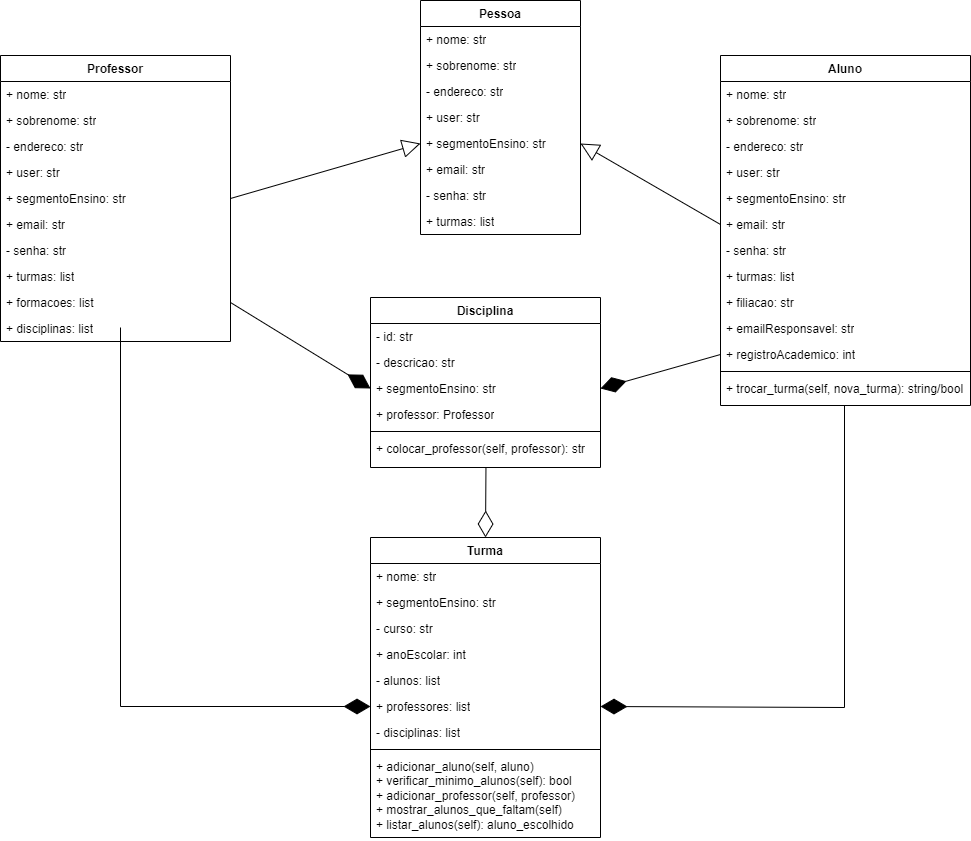
Above: Diagrama programacao.png in ThiagoBorges1/ProjetoEscola (draw.io), before the change. Source tidied: cells renumbered, new cells last; positions are measured from the earlier drawing's top-left corner, leaving out a move shared by most shapes. The source it was exported from:
```xml
<mxGraphModel>
  <root>
    <mxCell id="0" />
    <mxCell id="1" parent="0" />
    <mxCell id="2" value="Pessoa" style="swimlane;fontStyle=1;align=center;verticalAlign=top;horizontal=1;startSize=26;whiteSpace=wrap;html=1;" parent="1" vertex="1">
      <mxGeometry x="420" width="160" height="234" as="geometry" />
    </mxCell>
    <mxCell id="3" value="+ nome: str" style="text;strokeColor=none;fillColor=none;align=left;verticalAlign=top;spacingLeft=4;spacingRight=4;overflow=hidden;whiteSpace=wrap;html=1;" parent="2" vertex="1">
      <mxGeometry y="26" width="160" height="26" as="geometry" />
    </mxCell>
    <mxCell id="4" value="+ sobrenome: str&lt;div&gt;&lt;br&gt;&lt;/div&gt;" style="text;strokeColor=none;fillColor=none;align=left;verticalAlign=top;spacingLeft=4;spacingRight=4;overflow=hidden;whiteSpace=wrap;html=1;" parent="2" vertex="1">
      <mxGeometry y="52" width="160" height="26" as="geometry" />
    </mxCell>
    <mxCell id="5" value="&lt;div&gt;- endereco: str&lt;/div&gt;" style="text;strokeColor=none;fillColor=none;align=left;verticalAlign=top;spacingLeft=4;spacingRight=4;overflow=hidden;whiteSpace=wrap;html=1;" parent="2" vertex="1">
      <mxGeometry y="78" width="160" height="26" as="geometry" />
    </mxCell>
    <mxCell id="6" value="&lt;div&gt;+ user: str&lt;/div&gt;" style="text;strokeColor=none;fillColor=none;align=left;verticalAlign=top;spacingLeft=4;spacingRight=4;overflow=hidden;whiteSpace=wrap;html=1;" parent="2" vertex="1">
      <mxGeometry y="104" width="160" height="26" as="geometry" />
    </mxCell>
    <mxCell id="7" value="&lt;div&gt;+ segmentoEnsino: str&lt;/div&gt;" style="text;strokeColor=none;fillColor=none;align=left;verticalAlign=top;spacingLeft=4;spacingRight=4;overflow=hidden;points=[[0,0.5],[1,0.5]];portConstraint=eastwest;whiteSpace=wrap;html=1;" parent="2" vertex="1">
      <mxGeometry y="130" width="160" height="26" as="geometry" />
    </mxCell>
    <mxCell id="8" value="&lt;div&gt;+ email: str&lt;/div&gt;" style="text;strokeColor=none;fillColor=none;align=left;verticalAlign=top;spacingLeft=4;spacingRight=4;overflow=hidden;whiteSpace=wrap;html=1;" parent="2" vertex="1">
      <mxGeometry y="156" width="160" height="26" as="geometry" />
    </mxCell>
    <mxCell id="9" value="&lt;div&gt;- senha: str&lt;/div&gt;" style="text;strokeColor=none;fillColor=none;align=left;verticalAlign=top;spacingLeft=4;spacingRight=4;overflow=hidden;whiteSpace=wrap;html=1;" parent="2" vertex="1">
      <mxGeometry y="182" width="160" height="26" as="geometry" />
    </mxCell>
    <mxCell id="10" value="&lt;div&gt;+ turmas: list&lt;/div&gt;" style="text;strokeColor=none;fillColor=none;align=left;verticalAlign=top;spacingLeft=4;spacingRight=4;overflow=hidden;whiteSpace=wrap;html=1;" parent="2" vertex="1">
      <mxGeometry y="208" width="160" height="26" as="geometry" />
    </mxCell>
    <mxCell id="11" value="Aluno" style="swimlane;fontStyle=1;align=center;verticalAlign=top;horizontal=1;startSize=26;whiteSpace=wrap;html=1;" parent="1" vertex="1">
      <mxGeometry x="720" y="55" width="250" height="350" as="geometry" />
    </mxCell>
    <mxCell id="12" value="+ nome: str&lt;div&gt;&lt;br&gt;&lt;/div&gt;" style="text;strokeColor=none;fillColor=none;align=left;verticalAlign=top;spacingLeft=4;spacingRight=4;overflow=hidden;whiteSpace=wrap;html=1;" parent="11" vertex="1">
      <mxGeometry y="26" width="250" height="26" as="geometry" />
    </mxCell>
    <mxCell id="13" value="+ sobrenome: str&lt;div&gt;&lt;br&gt;&lt;/div&gt;" style="text;strokeColor=none;fillColor=none;align=left;verticalAlign=top;spacingLeft=4;spacingRight=4;overflow=hidden;whiteSpace=wrap;html=1;" parent="11" vertex="1">
      <mxGeometry y="52" width="250" height="26" as="geometry" />
    </mxCell>
    <mxCell id="14" value="&lt;div&gt;- endereco: str&lt;/div&gt;" style="text;strokeColor=none;fillColor=none;align=left;verticalAlign=top;spacingLeft=4;spacingRight=4;overflow=hidden;whiteSpace=wrap;html=1;" parent="11" vertex="1">
      <mxGeometry y="78" width="250" height="26" as="geometry" />
    </mxCell>
    <mxCell id="15" value="&lt;div&gt;+ user: str&lt;/div&gt;" style="text;strokeColor=none;fillColor=none;align=left;verticalAlign=top;spacingLeft=4;spacingRight=4;overflow=hidden;whiteSpace=wrap;html=1;" parent="11" vertex="1">
      <mxGeometry y="104" width="250" height="26" as="geometry" />
    </mxCell>
    <mxCell id="16" value="&lt;div&gt;+ segmentoEnsino: str&lt;/div&gt;" style="text;strokeColor=none;fillColor=none;align=left;verticalAlign=top;spacingLeft=4;spacingRight=4;overflow=hidden;whiteSpace=wrap;html=1;" parent="11" vertex="1">
      <mxGeometry y="130" width="250" height="26" as="geometry" />
    </mxCell>
    <mxCell id="17" value="&lt;div&gt;+ email: str&lt;/div&gt;" style="text;strokeColor=none;fillColor=none;align=left;verticalAlign=top;spacingLeft=4;spacingRight=4;overflow=hidden;points=[[0,0.5],[1,0.5]];portConstraint=eastwest;whiteSpace=wrap;html=1;" parent="11" vertex="1">
      <mxGeometry y="156" width="250" height="26" as="geometry" />
    </mxCell>
    <mxCell id="18" value="&lt;div&gt;- senha: str&lt;/div&gt;" style="text;strokeColor=none;fillColor=none;align=left;verticalAlign=top;spacingLeft=4;spacingRight=4;overflow=hidden;whiteSpace=wrap;html=1;" parent="11" vertex="1">
      <mxGeometry y="182" width="250" height="26" as="geometry" />
    </mxCell>
    <mxCell id="19" value="&lt;div&gt;+ turmas: list&lt;/div&gt;" style="text;strokeColor=none;fillColor=none;align=left;verticalAlign=top;spacingLeft=4;spacingRight=4;overflow=hidden;whiteSpace=wrap;html=1;" parent="11" vertex="1">
      <mxGeometry y="208" width="250" height="26" as="geometry" />
    </mxCell>
    <mxCell id="20" value="&lt;div&gt;+ filiacao: str&lt;span style=&quot;white-space: pre;&quot;&gt;&#9;&lt;/span&gt;&lt;/div&gt;" style="text;strokeColor=none;fillColor=none;align=left;verticalAlign=top;spacingLeft=4;spacingRight=4;overflow=hidden;whiteSpace=wrap;html=1;" parent="11" vertex="1">
      <mxGeometry y="234" width="250" height="26" as="geometry" />
    </mxCell>
    <mxCell id="21" value="&lt;div&gt;+ emailResponsavel: str&lt;/div&gt;" style="text;strokeColor=none;fillColor=none;align=left;verticalAlign=top;spacingLeft=4;spacingRight=4;overflow=hidden;whiteSpace=wrap;html=1;" parent="11" vertex="1">
      <mxGeometry y="260" width="250" height="26" as="geometry" />
    </mxCell>
    <mxCell id="22" value="&lt;div&gt;+ registroAcademico: int&lt;/div&gt;" style="text;strokeColor=none;fillColor=none;align=left;verticalAlign=top;spacingLeft=4;spacingRight=4;overflow=hidden;points=[[0,0.5],[1,0.5]];portConstraint=eastwest;whiteSpace=wrap;html=1;" parent="11" vertex="1">
      <mxGeometry y="286" width="250" height="26" as="geometry" />
    </mxCell>
    <mxCell id="23" style="line;strokeWidth=1;fillColor=none;align=left;verticalAlign=middle;spacingTop=-1;spacingLeft=3;spacingRight=3;labelPosition=right;strokeColor=inherit;" parent="11" vertex="1">
      <mxGeometry y="312" width="250" height="8" as="geometry" />
    </mxCell>
    <mxCell id="24" value="+ trocar_turma(self, nova_turma): string/bool" style="text;strokeColor=none;fillColor=none;align=left;verticalAlign=top;spacingLeft=4;spacingRight=4;overflow=hidden;points=[[0,0.5],[1,0.5]];portConstraint=eastwest;whiteSpace=wrap;html=1;" parent="11" vertex="1">
      <mxGeometry y="320" width="250" height="30" as="geometry" />
    </mxCell>
    <mxCell id="25" value="Professor" style="swimlane;fontStyle=1;align=center;verticalAlign=top;horizontal=1;startSize=26;whiteSpace=wrap;html=1;" parent="1" vertex="1">
      <mxGeometry y="55" width="230" height="286" as="geometry" />
    </mxCell>
    <mxCell id="26" value="+ nome: str&lt;div&gt;&lt;br&gt;&lt;/div&gt;" style="text;strokeColor=none;fillColor=none;align=left;verticalAlign=top;spacingLeft=4;spacingRight=4;overflow=hidden;whiteSpace=wrap;html=1;" parent="25" vertex="1">
      <mxGeometry y="26" width="230" height="26" as="geometry" />
    </mxCell>
    <mxCell id="27" value="+ sobrenome: str&lt;div&gt;&lt;br&gt;&lt;/div&gt;" style="text;strokeColor=none;fillColor=none;align=left;verticalAlign=top;spacingLeft=4;spacingRight=4;overflow=hidden;whiteSpace=wrap;html=1;" parent="25" vertex="1">
      <mxGeometry y="52" width="230" height="26" as="geometry" />
    </mxCell>
    <mxCell id="28" value="&lt;div&gt;- endereco: str&lt;/div&gt;" style="text;strokeColor=none;fillColor=none;align=left;verticalAlign=top;spacingLeft=4;spacingRight=4;overflow=hidden;whiteSpace=wrap;html=1;" parent="25" vertex="1">
      <mxGeometry y="78" width="230" height="26" as="geometry" />
    </mxCell>
    <mxCell id="29" value="&lt;div&gt;+ user: str&lt;/div&gt;" style="text;strokeColor=none;fillColor=none;align=left;verticalAlign=top;spacingLeft=4;spacingRight=4;overflow=hidden;whiteSpace=wrap;html=1;" parent="25" vertex="1">
      <mxGeometry y="104" width="230" height="26" as="geometry" />
    </mxCell>
    <mxCell id="30" value="&lt;div&gt;+ segmentoEnsino: str&lt;/div&gt;" style="text;strokeColor=none;fillColor=none;align=left;verticalAlign=top;spacingLeft=4;spacingRight=4;overflow=hidden;points=[[0,0.5],[1,0.5]];portConstraint=eastwest;whiteSpace=wrap;html=1;" parent="25" vertex="1">
      <mxGeometry y="130" width="230" height="26" as="geometry" />
    </mxCell>
    <mxCell id="31" value="&lt;div&gt;+ email: str&lt;/div&gt;" style="text;strokeColor=none;fillColor=none;align=left;verticalAlign=top;spacingLeft=4;spacingRight=4;overflow=hidden;whiteSpace=wrap;html=1;" parent="25" vertex="1">
      <mxGeometry y="156" width="230" height="26" as="geometry" />
    </mxCell>
    <mxCell id="32" value="&lt;div&gt;- senha: str&lt;/div&gt;" style="text;strokeColor=none;fillColor=none;align=left;verticalAlign=top;spacingLeft=4;spacingRight=4;overflow=hidden;whiteSpace=wrap;html=1;" parent="25" vertex="1">
      <mxGeometry y="182" width="230" height="26" as="geometry" />
    </mxCell>
    <mxCell id="33" value="&lt;div&gt;+ turmas: list&lt;/div&gt;" style="text;strokeColor=none;fillColor=none;align=left;verticalAlign=top;spacingLeft=4;spacingRight=4;overflow=hidden;whiteSpace=wrap;html=1;" parent="25" vertex="1">
      <mxGeometry y="208" width="230" height="26" as="geometry" />
    </mxCell>
    <mxCell id="34" value="&lt;div&gt;+ formacoes: list&lt;/div&gt;" style="text;strokeColor=none;fillColor=none;align=left;verticalAlign=top;spacingLeft=4;spacingRight=4;overflow=hidden;points=[[0,0.5],[1,0.5]];portConstraint=eastwest;whiteSpace=wrap;html=1;" parent="25" vertex="1">
      <mxGeometry y="234" width="230" height="26" as="geometry" />
    </mxCell>
    <mxCell id="35" value="&lt;div&gt;+ disciplinas: list&lt;/div&gt;" style="text;strokeColor=none;fillColor=none;align=left;verticalAlign=top;spacingLeft=4;spacingRight=4;overflow=hidden;whiteSpace=wrap;html=1;" parent="25" vertex="1">
      <mxGeometry y="260" width="230" height="26" as="geometry" />
    </mxCell>
    <mxCell id="36" value="Turma" style="swimlane;fontStyle=1;align=center;verticalAlign=top;horizontal=1;startSize=26;whiteSpace=wrap;html=1;" parent="1" vertex="1">
      <mxGeometry x="370" y="537" width="230" height="300" as="geometry" />
    </mxCell>
    <mxCell id="37" value="+ nome: str&lt;div&gt;&lt;br&gt;&lt;/div&gt;" style="text;strokeColor=none;fillColor=none;align=left;verticalAlign=top;spacingLeft=4;spacingRight=4;overflow=hidden;whiteSpace=wrap;html=1;" parent="36" vertex="1">
      <mxGeometry y="26" width="230" height="26" as="geometry" />
    </mxCell>
    <mxCell id="38" value="&lt;div&gt;+ segmentoEnsino: str&lt;/div&gt;" style="text;strokeColor=none;fillColor=none;align=left;verticalAlign=top;spacingLeft=4;spacingRight=4;overflow=hidden;whiteSpace=wrap;html=1;" parent="36" vertex="1">
      <mxGeometry y="52" width="230" height="26" as="geometry" />
    </mxCell>
    <mxCell id="39" value="&lt;div&gt;- curso: str&lt;/div&gt;" style="text;strokeColor=none;fillColor=none;align=left;verticalAlign=top;spacingLeft=4;spacingRight=4;overflow=hidden;whiteSpace=wrap;html=1;" parent="36" vertex="1">
      <mxGeometry y="78" width="230" height="26" as="geometry" />
    </mxCell>
    <mxCell id="40" value="&lt;div&gt;+ anoEscolar: int&lt;/div&gt;" style="text;strokeColor=none;fillColor=none;align=left;verticalAlign=top;spacingLeft=4;spacingRight=4;overflow=hidden;whiteSpace=wrap;html=1;" parent="36" vertex="1">
      <mxGeometry y="104" width="230" height="26" as="geometry" />
    </mxCell>
    <mxCell id="41" value="&lt;div&gt;- alunos: list&lt;/div&gt;" style="text;strokeColor=none;fillColor=none;align=left;verticalAlign=top;spacingLeft=4;spacingRight=4;overflow=hidden;whiteSpace=wrap;html=1;" parent="36" vertex="1">
      <mxGeometry y="130" width="230" height="26" as="geometry" />
    </mxCell>
    <mxCell id="42" value="&lt;div&gt;+ professores: list&lt;/div&gt;" style="text;strokeColor=none;fillColor=none;align=left;verticalAlign=top;spacingLeft=4;spacingRight=4;overflow=hidden;points=[[0,0.5],[1,0.5]];portConstraint=eastwest;whiteSpace=wrap;html=1;" parent="36" vertex="1">
      <mxGeometry y="156" width="230" height="26" as="geometry" />
    </mxCell>
    <mxCell id="43" value="&lt;div&gt;- disciplinas: list&lt;/div&gt;" style="text;strokeColor=none;fillColor=none;align=left;verticalAlign=top;spacingLeft=4;spacingRight=4;overflow=hidden;whiteSpace=wrap;html=1;" parent="36" vertex="1">
      <mxGeometry y="182" width="230" height="26" as="geometry" />
    </mxCell>
    <mxCell id="44" style="line;strokeWidth=1;fillColor=none;align=left;verticalAlign=middle;spacingTop=-1;spacingLeft=3;spacingRight=3;labelPosition=right;strokeColor=inherit;" parent="36" vertex="1">
      <mxGeometry y="208" width="230" height="8" as="geometry" />
    </mxCell>
    <mxCell id="45" value="+ adicionar_aluno(self, aluno)&lt;div&gt;+ verificar_minimo_alunos(self): bool&lt;/div&gt;&lt;div&gt;+ adicionar_professor(self, professor)&lt;/div&gt;&lt;div&gt;+ mostrar_alunos_que_faltam(self)&lt;/div&gt;&lt;div&gt;+ listar_alunos(self): aluno_escolhido&lt;/div&gt;&lt;div&gt;&lt;br&gt;&lt;/div&gt;" style="text;strokeColor=none;fillColor=none;align=left;verticalAlign=top;spacingLeft=4;spacingRight=4;overflow=hidden;whiteSpace=wrap;html=1;" parent="36" vertex="1">
      <mxGeometry y="216" width="230" height="84" as="geometry" />
    </mxCell>
    <mxCell id="46" value="Disciplina" style="swimlane;fontStyle=1;align=center;verticalAlign=top;horizontal=1;startSize=26;whiteSpace=wrap;html=1;" parent="1" vertex="1">
      <mxGeometry x="370" y="297" width="230" height="170" as="geometry" />
    </mxCell>
    <mxCell id="47" value="&lt;div&gt;- id: str&lt;/div&gt;" style="text;strokeColor=none;fillColor=none;align=left;verticalAlign=top;spacingLeft=4;spacingRight=4;overflow=hidden;whiteSpace=wrap;html=1;" parent="46" vertex="1">
      <mxGeometry y="26" width="230" height="26" as="geometry" />
    </mxCell>
    <mxCell id="48" value="&lt;div&gt;- descricao: str&lt;/div&gt;" style="text;strokeColor=none;fillColor=none;align=left;verticalAlign=top;spacingLeft=4;spacingRight=4;overflow=hidden;whiteSpace=wrap;html=1;" parent="46" vertex="1">
      <mxGeometry y="52" width="230" height="26" as="geometry" />
    </mxCell>
    <mxCell id="49" value="&lt;div&gt;+ segmentoEnsino: str&lt;/div&gt;" style="text;strokeColor=none;fillColor=none;align=left;verticalAlign=top;spacingLeft=4;spacingRight=4;overflow=hidden;points=[[0,0.5],[1,0.5]];portConstraint=eastwest;whiteSpace=wrap;html=1;" parent="46" vertex="1">
      <mxGeometry y="78" width="230" height="26" as="geometry" />
    </mxCell>
    <mxCell id="50" value="&lt;div&gt;+ professor: Professor&lt;/div&gt;" style="text;strokeColor=none;fillColor=none;align=left;verticalAlign=top;spacingLeft=4;spacingRight=4;overflow=hidden;whiteSpace=wrap;html=1;" parent="46" vertex="1">
      <mxGeometry y="104" width="230" height="26" as="geometry" />
    </mxCell>
    <mxCell id="51" style="line;strokeWidth=1;fillColor=none;align=left;verticalAlign=middle;spacingTop=-1;spacingLeft=3;spacingRight=3;labelPosition=right;strokeColor=inherit;" parent="46" vertex="1">
      <mxGeometry y="130" width="230" height="8" as="geometry" />
    </mxCell>
    <mxCell id="52" value="&lt;div&gt;+ colocar_professor(self, professor): str&lt;/div&gt;" style="text;strokeColor=none;fillColor=none;align=left;verticalAlign=top;spacingLeft=4;spacingRight=4;overflow=hidden;points=[[0,0.5],[1,0.5]];portConstraint=eastwest;whiteSpace=wrap;html=1;" parent="46" vertex="1">
      <mxGeometry y="138" width="230" height="32" as="geometry" />
    </mxCell>
    <mxCell id="53" style="endArrow=diamondThin;endFill=1;endSize=24;html=1;rounded=0;exitX=0.496;exitY=0.993;exitDx=0;exitDy=0;exitPerimeter=0;entryX=1;entryY=0.5;entryDx=0;entryDy=0;" parent="1" edge="1" source="24" target="42">
      <mxGeometry relative="1" as="geometry">
        <Array as="points">
          <mxPoint x="844" y="707" />
        </Array>
      </mxGeometry>
    </mxCell>
    <mxCell id="54" style="endArrow=diamondThin;endFill=1;endSize=24;html=1;rounded=0;entryX=0;entryY=0.5;entryDx=0;entryDy=0;" parent="1" edge="1" target="42">
      <mxGeometry relative="1" as="geometry">
        <mxPoint x="120" y="327" as="sourcePoint" />
        <Array as="points">
          <mxPoint x="120" y="706" />
        </Array>
      </mxGeometry>
    </mxCell>
    <mxCell id="55" style="endArrow=diamondThin;endFill=0;endSize=24;html=1;rounded=0;exitX=0.502;exitY=0.991;exitDx=0;exitDy=0;exitPerimeter=0;entryX=0.5;entryY=0;entryDx=0;entryDy=0;" parent="1" edge="1" source="52" target="36">
      <mxGeometry relative="1" as="geometry" />
    </mxCell>
    <mxCell id="56" style="endArrow=diamondThin;endFill=1;endSize=24;html=1;rounded=0;exitX=1;exitY=0.5;exitDx=0;exitDy=0;entryX=0;entryY=0.5;entryDx=0;entryDy=0;" parent="1" edge="1" source="34" target="49">
      <mxGeometry relative="1" as="geometry" />
    </mxCell>
    <mxCell id="57" style="endArrow=diamondThin;endFill=1;endSize=24;html=1;rounded=0;exitX=0;exitY=0.5;exitDx=0;exitDy=0;entryX=1;entryY=0.5;entryDx=0;entryDy=0;" parent="1" edge="1" source="22" target="49">
      <mxGeometry relative="1" as="geometry" />
    </mxCell>
    <mxCell id="58" style="endArrow=block;endSize=16;endFill=0;html=1;rounded=0;exitX=1;exitY=0.5;exitDx=0;exitDy=0;entryX=0;entryY=0.5;entryDx=0;entryDy=0;" parent="1" edge="1" source="30" target="7">
      <mxGeometry relative="1" as="geometry" />
    </mxCell>
    <mxCell id="59" style="endArrow=block;endSize=16;endFill=0;html=1;rounded=0;exitX=0;exitY=0.5;exitDx=0;exitDy=0;entryX=1;entryY=0.5;entryDx=0;entryDy=0;" parent="1" edge="1" source="17" target="7">
      <mxGeometry relative="1" as="geometry" />
    </mxCell>
  </root>
</mxGraphModel>
```
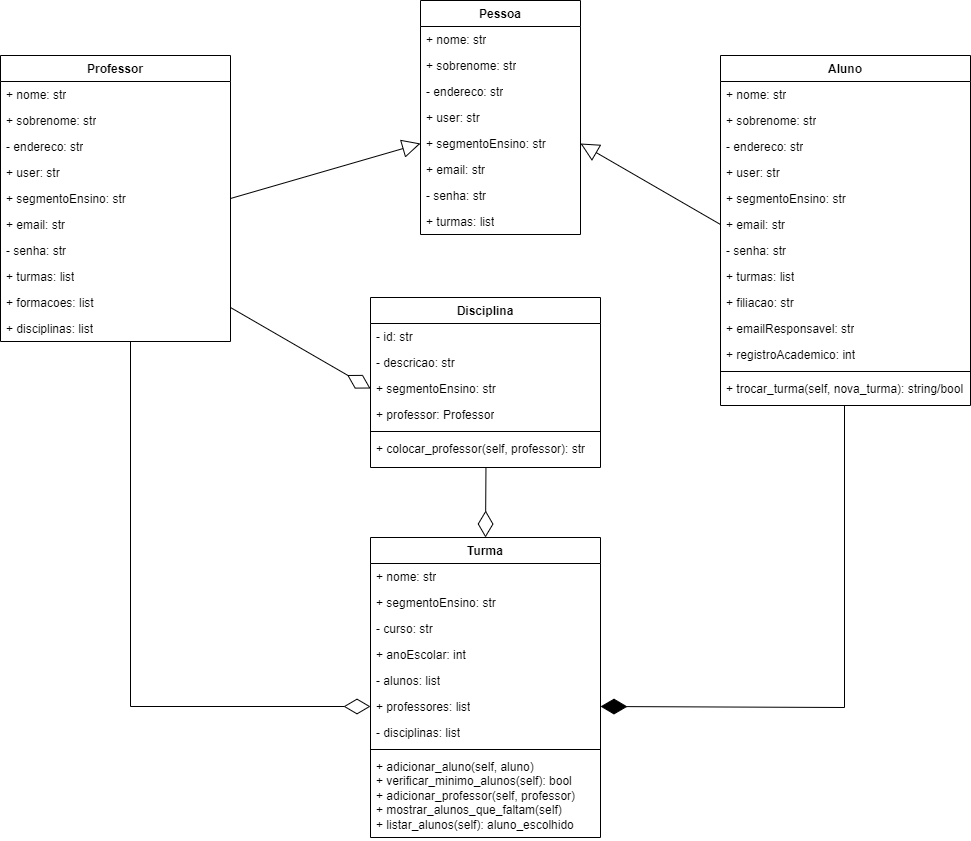
The same diagram one commit later.

What changed in the source:
```diff
@@ -162,28 +162,27 @@
         </Array>
       </mxGeometry>
     </mxCell>
-    <mxCell id="54" style="endArrow=diamondThin;endFill=1;endSize=24;html=1;rounded=0;entryX=0;entryY=0.5;entryDx=0;entryDy=0;" parent="1" edge="1" target="42">
-      <mxGeometry relative="1" as="geometry">
-        <mxPoint x="120" y="327" as="sourcePoint" />
-        <Array as="points">
-          <mxPoint x="120" y="706" />
-        </Array>
-      </mxGeometry>
-    </mxCell>
     <mxCell id="55" style="endArrow=diamondThin;endFill=0;endSize=24;html=1;rounded=0;exitX=0.502;exitY=0.991;exitDx=0;exitDy=0;exitPerimeter=0;entryX=0.5;entryY=0;entryDx=0;entryDy=0;" parent="1" edge="1" source="52" target="36">
       <mxGeometry relative="1" as="geometry" />
     </mxCell>
-    <mxCell id="56" style="endArrow=diamondThin;endFill=1;endSize=24;html=1;rounded=0;exitX=1;exitY=0.5;exitDx=0;exitDy=0;entryX=0;entryY=0.5;entryDx=0;entryDy=0;" parent="1" edge="1" source="34" target="49">
-      <mxGeometry relative="1" as="geometry" />
-    </mxCell>
-    <mxCell id="57" style="endArrow=diamondThin;endFill=1;endSize=24;html=1;rounded=0;exitX=0;exitY=0.5;exitDx=0;exitDy=0;entryX=1;entryY=0.5;entryDx=0;entryDy=0;" parent="1" edge="1" source="22" target="49">
-      <mxGeometry relative="1" as="geometry" />
-    </mxCell>
     <mxCell id="58" style="endArrow=block;endSize=16;endFill=0;html=1;rounded=0;exitX=1;exitY=0.5;exitDx=0;exitDy=0;entryX=0;entryY=0.5;entryDx=0;entryDy=0;" parent="1" edge="1" source="30" target="7">
       <mxGeometry relative="1" as="geometry" />
     </mxCell>
     <mxCell id="59" style="endArrow=block;endSize=16;endFill=0;html=1;rounded=0;exitX=0;exitY=0.5;exitDx=0;exitDy=0;entryX=1;entryY=0.5;entryDx=0;entryDy=0;" parent="1" edge="1" source="17" target="7">
       <mxGeometry relative="1" as="geometry" />
     </mxCell>
+    <mxCell id="60" style="endArrow=diamondThin;endFill=0;endSize=24;html=1;rounded=0;exitX=0.502;exitY=0.991;exitDx=0;exitDy=0;exitPerimeter=0;entryX=0;entryY=0.5;entryDx=0;entryDy=0;" parent="1" edge="1" target="49">
+      <mxGeometry relative="1" as="geometry">
+        <mxPoint x="230" y="307" as="sourcePoint" />
+      </mxGeometry>
+    </mxCell>
+    <mxCell id="61" style="endArrow=diamondThin;endFill=0;endSize=24;html=1;rounded=0;exitX=0.502;exitY=0.991;exitDx=0;exitDy=0;exitPerimeter=0;entryX=0;entryY=0.5;entryDx=0;entryDy=0;" parent="1" edge="1" target="42">
+      <mxGeometry relative="1" as="geometry">
+        <mxPoint x="130" y="341" as="sourcePoint" />
+        <Array as="points">
+          <mxPoint x="130" y="706" />
+        </Array>
+      </mxGeometry>
+    </mxCell>
   </root>
 </mxGraphModel>
```
